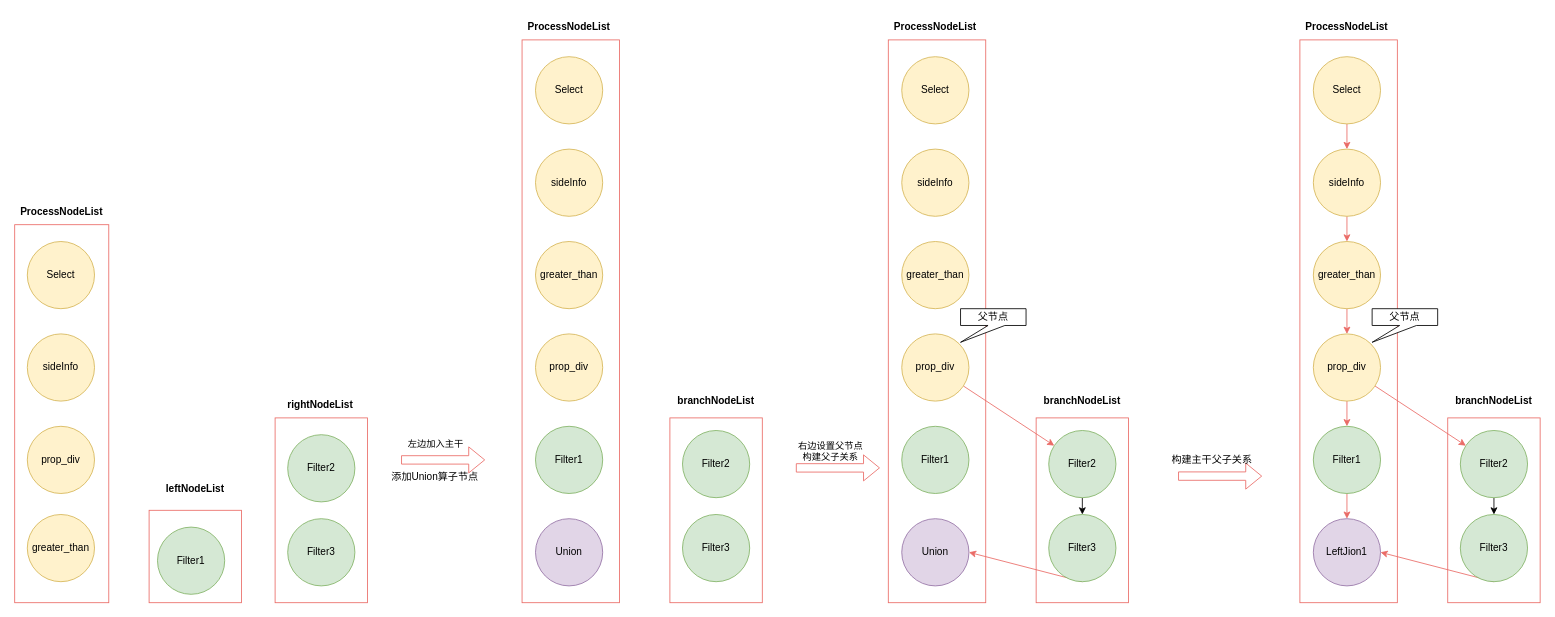
nullbull/uml keeps this draw.io diagram as page "Page-12" (12 of 14) of profile_dev_platform.drawio. Above is the earlier version. Source tidied: cells renumbered, new cells numbered last; positions are measured from the earlier drawing's top-left corner, leaving out a move shared by most shapes. Both pictures are drawn from the tidied source at 84%, with x=0, y=0 at pixel (14, 14).
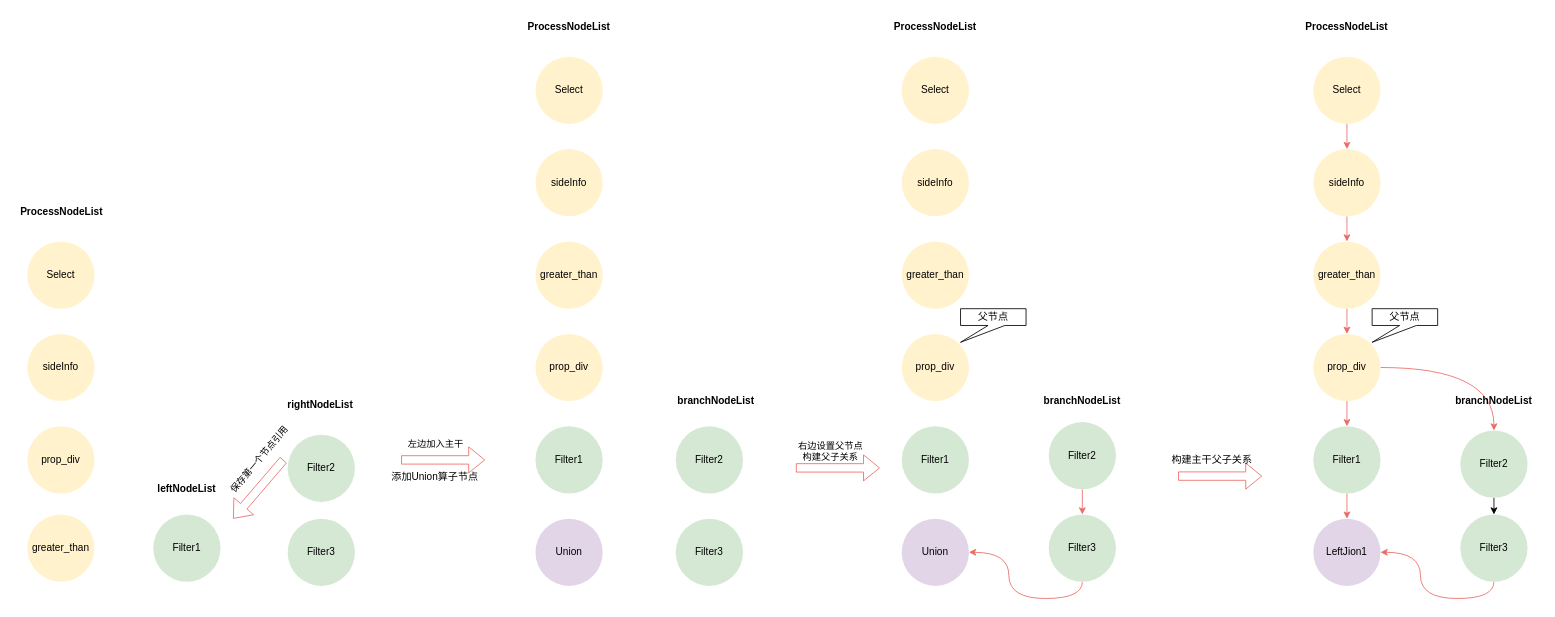
After the change.

What changed in the source:
```diff
@@
-    <mxCell id="2" style="rounded=0;whiteSpace=wrap;html=1;sketch=0;strokeColor=#EA6B66;" parent="1" vertex="1">
-      <mxGeometry x="160" y="590" width="110" height="110" as="geometry" />
-    </mxCell>
-    <mxCell id="3" style="rounded=0;whiteSpace=wrap;html=1;sketch=0;strokeColor=#EA6B66;" parent="1" vertex="1">
-      <mxGeometry x="1216" y="480" width="110" height="220" as="geometry" />
-    </mxCell>
-    <mxCell id="4" style="rounded=0;whiteSpace=wrap;html=1;sketch=0;strokeColor=#EA6B66;" parent="1" vertex="1">
-      <mxGeometry x="604" y="30" width="116" height="670" as="geometry" />
-    </mxCell>
-    <mxCell id="5" style="rounded=0;whiteSpace=wrap;html=1;sketch=0;strokeColor=#EA6B66;" parent="1" vertex="1">
-      <mxGeometry y="250" width="112" height="450" as="geometry" />
-    </mxCell>
-    <mxCell id="6" style="rounded=0;whiteSpace=wrap;html=1;sketch=0;strokeColor=#EA6B66;" parent="1" vertex="1">
-      <mxGeometry x="310" y="480" width="110" height="220" as="geometry" />
-    </mxCell>
-    <mxCell id="7" value="Filter1" style="ellipse;whiteSpace=wrap;html=1;fillColor=#d5e8d4;strokeColor=#82b366;" parent="1" vertex="1">
-      <mxGeometry x="170" y="610" width="80" height="80" as="geometry" />
+    <mxCell id="7" value="Filter1" style="ellipse;whiteSpace=wrap;html=1;fillColor=#d5e8d4;strokeColor=none;" parent="1" vertex="1">
+      <mxGeometry x="165" y="595" width="80" height="80" as="geometry" />
     </mxCell>
-    <mxCell id="8" value="Filter3" style="ellipse;whiteSpace=wrap;html=1;fillColor=#d5e8d4;strokeColor=#82b366;" parent="1" vertex="1">
+    <mxCell id="8" value="Filter3" style="ellipse;whiteSpace=wrap;html=1;fillColor=#d5e8d4;strokeColor=none;" parent="1" vertex="1">
       <mxGeometry x="325" y="600" width="80" height="80" as="geometry" />
     </mxCell>
-    <mxCell id="9" value="greater_than" style="ellipse;whiteSpace=wrap;html=1;fillColor=#fff2cc;strokeColor=#d6b656;" parent="1" vertex="1">
+    <mxCell id="9" value="greater_than" style="ellipse;whiteSpace=wrap;html=1;fillColor=#fff2cc;strokeColor=none;sketch=0;" parent="1" vertex="1">
       <mxGeometry x="15" y="595" width="80" height="80" as="geometry" />
     </mxCell>
-    <mxCell id="10" value="prop_div" style="ellipse;whiteSpace=wrap;html=1;fillColor=#fff2cc;strokeColor=#d6b656;" parent="1" vertex="1">
+    <mxCell id="10" value="prop_div" style="ellipse;whiteSpace=wrap;html=1;fillColor=#fff2cc;strokeColor=none;" parent="1" vertex="1">
       <mxGeometry x="15" y="490" width="80" height="80" as="geometry" />
     </mxCell>
-    <mxCell id="11" value="sideInfo" style="ellipse;whiteSpace=wrap;html=1;fillColor=#fff2cc;strokeColor=#d6b656;" parent="1" vertex="1">
+    <mxCell id="11" value="sideInfo" style="ellipse;whiteSpace=wrap;html=1;fillColor=#fff2cc;strokeColor=none;" parent="1" vertex="1">
       <mxGeometry x="15" y="380" width="80" height="80" as="geometry" />
     </mxCell>
-    <mxCell id="12" value="Select" style="ellipse;whiteSpace=wrap;html=1;fillColor=#fff2cc;strokeColor=#d6b656;" parent="1" vertex="1">
+    <mxCell id="12" value="Select" style="ellipse;whiteSpace=wrap;html=1;fillColor=#fff2cc;strokeColor=none;" parent="1" vertex="1">
       <mxGeometry x="15" y="270" width="80" height="80" as="geometry" />
     </mxCell>
@@
-    <mxCell id="15" value="Filter2" style="ellipse;whiteSpace=wrap;html=1;fillColor=#d5e8d4;strokeColor=#82b366;" parent="1" vertex="1">
+    <mxCell id="15" value="Filter2" style="ellipse;whiteSpace=wrap;html=1;fillColor=#d5e8d4;strokeColor=none;" parent="1" vertex="1">
       <mxGeometry x="325" y="500" width="80" height="80" as="geometry" />
     </mxCell>
-    <mxCell id="16" value="Union" style="ellipse;whiteSpace=wrap;html=1;fillColor=#e1d5e7;strokeColor=#9673a6;" parent="1" vertex="1">
+    <mxCell id="16" value="Union" style="ellipse;whiteSpace=wrap;html=1;fillColor=#e1d5e7;strokeColor=none;" parent="1" vertex="1">
       <mxGeometry x="620" y="600" width="80" height="80" as="geometry" />
     </mxCell>
-    <mxCell id="17" value="greater_than" style="ellipse;whiteSpace=wrap;html=1;fillColor=#fff2cc;strokeColor=#d6b656;" parent="1" vertex="1">
+    <mxCell id="17" value="greater_than" style="ellipse;whiteSpace=wrap;html=1;fillColor=#fff2cc;strokeColor=none;" parent="1" vertex="1">
       <mxGeometry x="620" y="270" width="80" height="80" as="geometry" />
     </mxCell>
-    <mxCell id="18" value="prop_div" style="ellipse;whiteSpace=wrap;html=1;fillColor=#fff2cc;strokeColor=#d6b656;" parent="1" vertex="1">
+    <mxCell id="18" value="prop_div" style="ellipse;whiteSpace=wrap;html=1;fillColor=#fff2cc;strokeColor=none;" parent="1" vertex="1">
       <mxGeometry x="620" y="380" width="80" height="80" as="geometry" />
     </mxCell>
-    <mxCell id="19" value="Select" style="ellipse;whiteSpace=wrap;html=1;fillColor=#fff2cc;strokeColor=#d6b656;" parent="1" vertex="1">
+    <mxCell id="19" value="Select" style="ellipse;whiteSpace=wrap;html=1;fillColor=#fff2cc;strokeColor=none;" parent="1" vertex="1">
       <mxGeometry x="620" y="50" width="80" height="80" as="geometry" />
     </mxCell>
-    <mxCell id="20" value="sideInfo" style="ellipse;whiteSpace=wrap;html=1;fillColor=#fff2cc;strokeColor=#d6b656;" parent="1" vertex="1">
+    <mxCell id="20" value="sideInfo" style="ellipse;whiteSpace=wrap;html=1;fillColor=#fff2cc;strokeColor=none;" parent="1" vertex="1">
       <mxGeometry x="620" y="160" width="80" height="80" as="geometry" />
     </mxCell>
@@
-    <mxCell id="26" value="Filter1" style="ellipse;whiteSpace=wrap;html=1;fillColor=#d5e8d4;strokeColor=#82b366;" parent="1" vertex="1">
+    <mxCell id="26" value="Filter1" style="ellipse;whiteSpace=wrap;html=1;fillColor=#d5e8d4;strokeColor=none;" parent="1" vertex="1">
       <mxGeometry x="620" y="490" width="80" height="80" as="geometry" />
     </mxCell>
-    <mxCell id="27" style="rounded=0;whiteSpace=wrap;html=1;sketch=0;strokeColor=#EA6B66;" parent="1" vertex="1">
-      <mxGeometry x="780" y="480" width="110" height="220" as="geometry" />
-    </mxCell>
-    <mxCell id="28" value="Filter3" style="ellipse;whiteSpace=wrap;html=1;fillColor=#d5e8d4;strokeColor=#82b366;" parent="1" vertex="1">
-      <mxGeometry x="795" y="595" width="80" height="80" as="geometry" />
+    <mxCell id="28" value="Filter3" style="ellipse;whiteSpace=wrap;html=1;fillColor=#d5e8d4;strokeColor=none;" parent="1" vertex="1">
+      <mxGeometry x="787" y="600" width="80" height="80" as="geometry" />
     </mxCell>
-    <mxCell id="29" value="Filter2" style="ellipse;whiteSpace=wrap;html=1;fillColor=#d5e8d4;strokeColor=#82b366;" parent="1" vertex="1">
-      <mxGeometry x="795" y="495" width="80" height="80" as="geometry" />
+    <mxCell id="29" value="Filter2" style="ellipse;whiteSpace=wrap;html=1;fillColor=#d5e8d4;strokeColor=none;" parent="1" vertex="1">
+      <mxGeometry x="787" y="490" width="80" height="80" as="geometry" />
     </mxCell>
@@
-    <mxCell id="31" style="rounded=0;whiteSpace=wrap;html=1;sketch=0;strokeColor=#EA6B66;" parent="1" vertex="1">
-      <mxGeometry x="1040" y="30" width="116" height="670" as="geometry" />
-    </mxCell>
-    <mxCell id="32" value="Union" style="ellipse;whiteSpace=wrap;html=1;fillColor=#e1d5e7;strokeColor=#9673a6;" parent="1" vertex="1">
+    <mxCell id="32" value="Union" style="ellipse;whiteSpace=wrap;html=1;fillColor=#e1d5e7;strokeColor=none;" parent="1" vertex="1">
       <mxGeometry x="1056" y="600" width="80" height="80" as="geometry" />
     </mxCell>
-    <mxCell id="33" value="greater_than" style="ellipse;whiteSpace=wrap;html=1;fillColor=#fff2cc;strokeColor=#d6b656;" parent="1" vertex="1">
+    <mxCell id="33" value="greater_than" style="ellipse;whiteSpace=wrap;html=1;fillColor=#fff2cc;strokeColor=none;" parent="1" vertex="1">
       <mxGeometry x="1056" y="270" width="80" height="80" as="geometry" />
     </mxCell>
-    <mxCell id="34" style="rounded=0;jettySize=auto;html=1;strokeColor=#EA6B66;" parent="1" edge="1" source="35" target="43">
-      <mxGeometry relative="1" as="geometry" />
-    </mxCell>
-    <mxCell id="35" value="prop_div" style="ellipse;whiteSpace=wrap;html=1;fillColor=#fff2cc;strokeColor=#d6b656;" parent="1" vertex="1">
+    <mxCell id="35" value="prop_div" style="ellipse;whiteSpace=wrap;html=1;fillColor=#fff2cc;strokeColor=none;" parent="1" vertex="1">
       <mxGeometry x="1056" y="380" width="80" height="80" as="geometry" />
     </mxCell>
-    <mxCell id="36" value="Select" style="ellipse;whiteSpace=wrap;html=1;fillColor=#fff2cc;strokeColor=#d6b656;" parent="1" vertex="1">
+    <mxCell id="36" value="Select" style="ellipse;whiteSpace=wrap;html=1;fillColor=#fff2cc;strokeColor=none;" parent="1" vertex="1">
       <mxGeometry x="1056" y="50" width="80" height="80" as="geometry" />
     </mxCell>
-    <mxCell id="37" value="sideInfo" style="ellipse;whiteSpace=wrap;html=1;fillColor=#fff2cc;strokeColor=#d6b656;" parent="1" vertex="1">
+    <mxCell id="37" value="sideInfo" style="ellipse;whiteSpace=wrap;html=1;fillColor=#fff2cc;strokeColor=none;" parent="1" vertex="1">
       <mxGeometry x="1056" y="160" width="80" height="80" as="geometry" />
     </mxCell>
@@
-    <mxCell id="39" value="Filter1" style="ellipse;whiteSpace=wrap;html=1;fillColor=#d5e8d4;strokeColor=#82b366;" parent="1" vertex="1">
+    <mxCell id="39" value="Filter1" style="ellipse;whiteSpace=wrap;html=1;fillColor=#d5e8d4;strokeColor=none;" parent="1" vertex="1">
       <mxGeometry x="1056" y="490" width="80" height="80" as="geometry" />
     </mxCell>
-    <mxCell id="40" style="edgeStyle=none;rounded=0;jettySize=auto;html=1;exitX=0.5;exitY=1;exitDx=0;exitDy=0;entryX=1;entryY=0.5;entryDx=0;entryDy=0;strokeColor=#EA6B66;" parent="1" edge="1" source="41" target="32">
+    <mxCell id="40" style="edgeStyle=orthogonalEdgeStyle;rounded=0;jettySize=auto;html=1;exitX=0.5;exitY=1;exitDx=0;exitDy=0;entryX=1;entryY=0.5;entryDx=0;entryDy=0;strokeColor=#EA6B66;curved=1;" parent="1" edge="1" source="41" target="32">
       <mxGeometry relative="1" as="geometry" />
     </mxCell>
-    <mxCell id="41" value="Filter3" style="ellipse;whiteSpace=wrap;html=1;fillColor=#d5e8d4;strokeColor=#82b366;" parent="1" vertex="1">
+    <mxCell id="41" value="Filter3" style="ellipse;whiteSpace=wrap;html=1;fillColor=#d5e8d4;strokeColor=none;" parent="1" vertex="1">
       <mxGeometry x="1231" y="595" width="80" height="80" as="geometry" />
     </mxCell>
-    <mxCell id="42" style="edgeStyle=none;rounded=0;jettySize=auto;html=1;" parent="1" edge="1" source="43" target="41">
+    <mxCell id="42" style="edgeStyle=none;rounded=0;jettySize=auto;html=1;strokeColor=#EA6B66;" parent="1" edge="1" source="43" target="41">
       <mxGeometry relative="1" as="geometry" />
     </mxCell>
-    <mxCell id="43" value="Filter2" style="ellipse;whiteSpace=wrap;html=1;fillColor=#d5e8d4;strokeColor=#82b366;" parent="1" vertex="1">
-      <mxGeometry x="1231" y="495" width="80" height="80" as="geometry" />
+    <mxCell id="43" value="Filter2" style="ellipse;whiteSpace=wrap;html=1;fillColor=#d5e8d4;strokeColor=none;" parent="1" vertex="1">
+      <mxGeometry x="1231" y="485" width="80" height="80" as="geometry" />
     </mxCell>
@@
-    <mxCell id="46" style="rounded=0;whiteSpace=wrap;html=1;sketch=0;strokeColor=#EA6B66;" parent="1" vertex="1">
-      <mxGeometry x="1706" y="480" width="110" height="220" as="geometry" />
-    </mxCell>
-    <mxCell id="47" style="rounded=0;whiteSpace=wrap;html=1;sketch=0;strokeColor=#EA6B66;" parent="1" vertex="1">
-      <mxGeometry x="1530" y="30" width="116" height="670" as="geometry" />
-    </mxCell>
-    <mxCell id="48" value="LeftJion1" style="ellipse;whiteSpace=wrap;html=1;fillColor=#e1d5e7;strokeColor=#9673a6;" parent="1" vertex="1">
+    <mxCell id="48" value="LeftJion1" style="ellipse;whiteSpace=wrap;html=1;fillColor=#e1d5e7;strokeColor=none;" parent="1" vertex="1">
       <mxGeometry x="1546" y="600" width="80" height="80" as="geometry" />
     </mxCell>
@@
-    <mxCell id="50" value="greater_than" style="ellipse;whiteSpace=wrap;html=1;fillColor=#fff2cc;strokeColor=#d6b656;" parent="1" vertex="1">
+    <mxCell id="50" value="greater_than" style="ellipse;whiteSpace=wrap;html=1;fillColor=#fff2cc;strokeColor=none;" parent="1" vertex="1">
       <mxGeometry x="1546" y="270" width="80" height="80" as="geometry" />
     </mxCell>
-    <mxCell id="51" style="rounded=0;jettySize=auto;html=1;strokeColor=#EA6B66;" parent="1" edge="1" source="53" target="64">
+    <mxCell id="51" style="rounded=0;jettySize=auto;html=1;strokeColor=#EA6B66;edgeStyle=orthogonalEdgeStyle;curved=1;" parent="1" edge="1" source="53" target="64">
       <mxGeometry relative="1" as="geometry" />
     </mxCell>
@@
-    <mxCell id="53" value="prop_div" style="ellipse;whiteSpace=wrap;html=1;fillColor=#fff2cc;strokeColor=#d6b656;" parent="1" vertex="1">
+    <mxCell id="53" value="prop_div" style="ellipse;whiteSpace=wrap;html=1;fillColor=#fff2cc;strokeColor=none;" parent="1" vertex="1">
       <mxGeometry x="1546" y="380" width="80" height="80" as="geometry" />
     </mxCell>
@@
-    <mxCell id="55" value="Select" style="ellipse;whiteSpace=wrap;html=1;fillColor=#fff2cc;strokeColor=#d6b656;" parent="1" vertex="1">
+    <mxCell id="55" value="Select" style="ellipse;whiteSpace=wrap;html=1;fillColor=#fff2cc;strokeColor=none;" parent="1" vertex="1">
       <mxGeometry x="1546" y="50" width="80" height="80" as="geometry" />
     </mxCell>
@@
-    <mxCell id="57" value="sideInfo" style="ellipse;whiteSpace=wrap;html=1;fillColor=#fff2cc;strokeColor=#d6b656;" parent="1" vertex="1">
+    <mxCell id="57" value="sideInfo" style="ellipse;whiteSpace=wrap;html=1;fillColor=#fff2cc;strokeColor=none;" parent="1" vertex="1">
       <mxGeometry x="1546" y="160" width="80" height="80" as="geometry" />
     </mxCell>
@@
-    <mxCell id="60" value="Filter1" style="ellipse;whiteSpace=wrap;html=1;fillColor=#d5e8d4;strokeColor=#82b366;" parent="1" vertex="1">
+    <mxCell id="60" value="Filter1" style="ellipse;whiteSpace=wrap;html=1;fillColor=#d5e8d4;strokeColor=none;" parent="1" vertex="1">
       <mxGeometry x="1546" y="490" width="80" height="80" as="geometry" />
     </mxCell>
-    <mxCell id="61" style="edgeStyle=none;rounded=0;jettySize=auto;html=1;exitX=0.5;exitY=1;exitDx=0;exitDy=0;entryX=1;entryY=0.5;entryDx=0;entryDy=0;strokeColor=#EA6B66;" parent="1" edge="1" source="62" target="48">
+    <mxCell id="61" style="edgeStyle=orthogonalEdgeStyle;rounded=0;jettySize=auto;html=1;exitX=0.5;exitY=1;exitDx=0;exitDy=0;entryX=1;entryY=0.5;entryDx=0;entryDy=0;strokeColor=#EA6B66;curved=1;" parent="1" edge="1" source="62" target="48">
       <mxGeometry relative="1" as="geometry" />
     </mxCell>
-    <mxCell id="62" value="Filter3" style="ellipse;whiteSpace=wrap;html=1;fillColor=#d5e8d4;strokeColor=#82b366;" parent="1" vertex="1">
+    <mxCell id="62" value="Filter3" style="ellipse;whiteSpace=wrap;html=1;fillColor=#d5e8d4;strokeColor=none;" parent="1" vertex="1">
       <mxGeometry x="1721" y="595" width="80" height="80" as="geometry" />
     </mxCell>
@@
-    <mxCell id="64" value="Filter2" style="ellipse;whiteSpace=wrap;html=1;fillColor=#d5e8d4;strokeColor=#82b366;" parent="1" vertex="1">
+    <mxCell id="64" value="Filter2" style="ellipse;whiteSpace=wrap;html=1;fillColor=#d5e8d4;strokeColor=none;" parent="1" vertex="1">
       <mxGeometry x="1721" y="495" width="80" height="80" as="geometry" />
     </mxCell>
@@
     <mxCell id="67" value="&lt;b&gt;leftNodeList&lt;/b&gt;" style="text;html=1;strokeColor=none;fillColor=none;align=center;verticalAlign=middle;whiteSpace=wrap;rounded=0;sketch=0;" parent="1" vertex="1">
-      <mxGeometry x="185" y="550" width="60" height="30" as="geometry" />
+      <mxGeometry x="175" y="550" width="60" height="30" as="geometry" />
     </mxCell>
@@
+    <mxCell id="71" style="shape=flexArrow;endArrow=classic;html=1;rounded=0;strokeColor=#EA6B66;" parent="1" edge="1">
+      <mxGeometry relative="1" as="geometry">
+        <mxPoint x="320" y="530" as="sourcePoint" />
+        <mxPoint x="260" y="600" as="targetPoint" />
+      </mxGeometry>
+    </mxCell>
+    <mxCell id="72" value="保存第一个节点引用" style="edgeLabel;html=1;align=center;verticalAlign=middle;rotation=-50;" parent="71" vertex="1">
+      <mxGeometry x="-0.26" y="-9" relative="1" as="geometry">
+        <mxPoint x="-1" y="-20" as="offset" />
+      </mxGeometry>
+    </mxCell>
```
